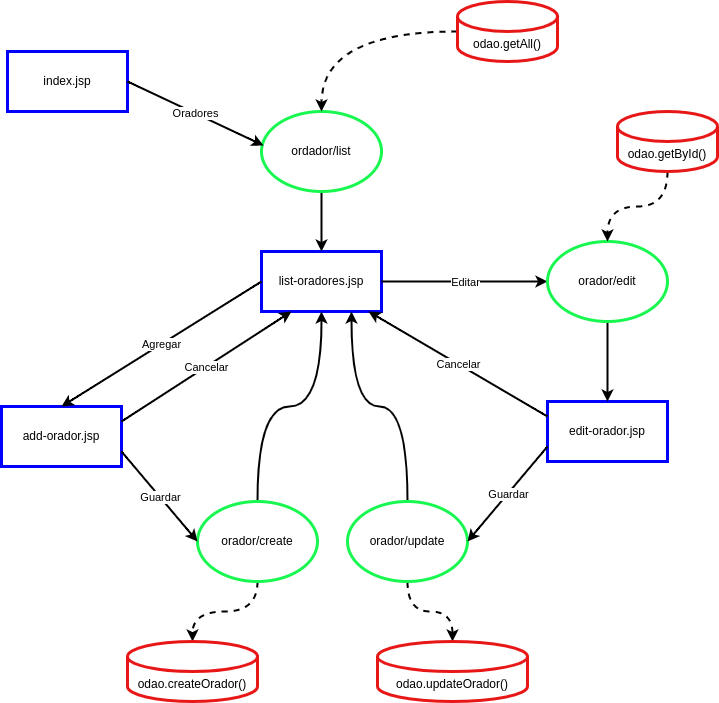
Before: src/main/webapp/img/crud-orador-model.drawio.png, a diagram exported from draw.io (gcasado0/tpfinal). Source tidied: cells renumbered, new cells last; positions are measured from the earlier drawing's top-left corner, leaving out a move shared by most shapes.
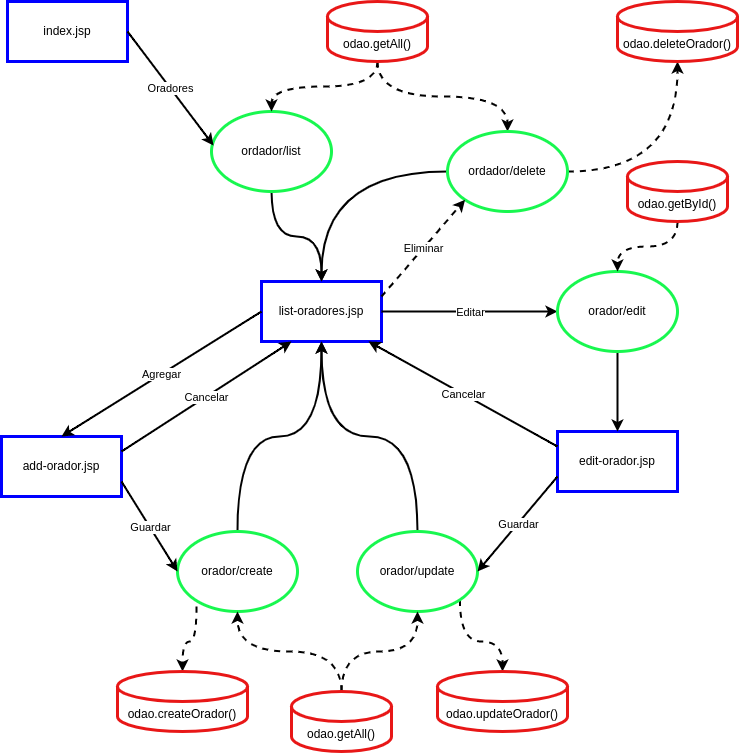
The same diagram one commit later.

The edit, as a diff of the source:
```diff
@@ -3,28 +3,28 @@
     <mxCell id="0" />
     <mxCell id="1" parent="0" />
     <mxCell id="2" value="index.jsp" style="rounded=0;whiteSpace=wrap;html=1;strokeColor=#0000FF;strokeWidth=3;" parent="1" vertex="1">
-      <mxGeometry x="6" y="50" width="120" height="60" as="geometry" />
+      <mxGeometry x="-4" y="-30" width="120" height="60" as="geometry" />
     </mxCell>
     <mxCell id="3" value="list-oradores.jsp" style="rounded=0;whiteSpace=wrap;html=1;strokeColor=#0000FF;strokeWidth=3;" parent="1" vertex="1">
-      <mxGeometry x="260" y="250" width="120" height="60" as="geometry" />
+      <mxGeometry x="250" y="250" width="120" height="60" as="geometry" />
     </mxCell>
     <mxCell id="4" style="edgeStyle=orthogonalEdgeStyle;curved=1;jettySize=auto;html=1;entryX=0.5;entryY=0;entryDx=0;entryDy=0;strokeWidth=2;" parent="1" edge="1" source="5" target="3">
       <mxGeometry relative="1" as="geometry" />
     </mxCell>
     <mxCell id="5" value="ordador/list" style="ellipse;whiteSpace=wrap;html=1;strokeWidth=3;strokeColor=#18f74f;" parent="1" vertex="1">
-      <mxGeometry x="260" y="110" width="120" height="80" as="geometry" />
+      <mxGeometry x="200" y="80" width="120" height="80" as="geometry" />
     </mxCell>
     <mxCell id="6" value="add-orador.jsp" style="rounded=0;whiteSpace=wrap;html=1;strokeColor=#0000FF;strokeWidth=3;" parent="1" vertex="1">
-      <mxGeometry y="405" width="120" height="60" as="geometry" />
+      <mxGeometry x="-10" y="405" width="120" height="60" as="geometry" />
     </mxCell>
     <mxCell id="7" style="edgeStyle=orthogonalEdgeStyle;curved=1;jettySize=auto;html=1;entryX=0.5;entryY=1;entryDx=0;entryDy=0;strokeWidth=2;" parent="1" edge="1" source="9" target="3">
       <mxGeometry relative="1" as="geometry" />
     </mxCell>
-    <mxCell id="8" style="edgeStyle=orthogonalEdgeStyle;curved=1;jettySize=auto;html=1;strokeWidth=2;dashed=1;" parent="1" edge="1" source="9" target="12">
+    <mxCell id="8" style="edgeStyle=orthogonalEdgeStyle;curved=1;jettySize=auto;html=1;strokeWidth=2;dashed=1;exitX=0.158;exitY=0.938;exitDx=0;exitDy=0;exitPerimeter=0;" parent="1" edge="1" source="9" target="12">
       <mxGeometry relative="1" as="geometry" />
     </mxCell>
     <mxCell id="9" value="orador/create" style="ellipse;whiteSpace=wrap;html=1;strokeWidth=3;strokeColor=#18f74f;" parent="1" vertex="1">
-      <mxGeometry x="196" y="500" width="120" height="80" as="geometry" />
+      <mxGeometry x="166" y="500" width="120" height="80" as="geometry" />
     </mxCell>
     <mxCell id="10" style="endArrow=classic;html=1;curved=1;exitX=1;exitY=0.75;exitDx=0;exitDy=0;entryX=0;entryY=0.5;entryDx=0;entryDy=0;strokeWidth=2;" parent="1" edge="1" source="6" target="9">
       <mxGeometry relative="1" as="geometry" />
@@ -33,7 +33,7 @@
       <mxGeometry relative="1" as="geometry" />
     </mxCell>
     <mxCell id="12" value="odao.createOrador()" style="shape=cylinder3;whiteSpace=wrap;html=1;boundedLbl=1;backgroundOutline=1;size=15;strokeWidth=3;strokeColor=#e81717;" parent="1" vertex="1">
-      <mxGeometry x="126" y="640" width="130" height="60" as="geometry" />
+      <mxGeometry x="106" y="640" width="130" height="60" as="geometry" />
     </mxCell>
     <mxCell id="13" style="endArrow=classic;html=1;curved=1;exitX=1;exitY=0.25;exitDx=0;exitDy=0;entryX=0.25;entryY=1;entryDx=0;entryDy=0;strokeWidth=2;" parent="1" edge="1" source="6" target="3">
       <mxGeometry relative="1" as="geometry" />
@@ -72,12 +72,12 @@
       <mxGeometry relative="1" as="geometry" />
     </mxCell>
     <mxCell id="25" value="odao.getById()" style="shape=cylinder3;whiteSpace=wrap;html=1;boundedLbl=1;backgroundOutline=1;size=15;strokeWidth=3;strokeColor=#e81717;" parent="1" vertex="1">
-      <mxGeometry x="616" y="110" width="100" height="60" as="geometry" />
+      <mxGeometry x="616" y="130" width="100" height="60" as="geometry" />
     </mxCell>
-    <mxCell id="26" style="edgeStyle=orthogonalEdgeStyle;curved=1;jettySize=auto;html=1;entryX=0.5;entryY=0;entryDx=0;entryDy=0;entryPerimeter=0;dashed=1;strokeWidth=2;" parent="1" edge="1" source="28" target="31">
+    <mxCell id="26" style="edgeStyle=orthogonalEdgeStyle;curved=1;jettySize=auto;html=1;entryX=0.5;entryY=0;entryDx=0;entryDy=0;entryPerimeter=0;dashed=1;strokeWidth=2;exitX=1;exitY=1;exitDx=0;exitDy=0;" parent="1" edge="1" source="28" target="31">
       <mxGeometry relative="1" as="geometry" />
     </mxCell>
-    <mxCell id="27" style="edgeStyle=orthogonalEdgeStyle;curved=1;jettySize=auto;html=1;entryX=0.75;entryY=1;entryDx=0;entryDy=0;strokeWidth=2;" parent="1" edge="1" source="28" target="3">
+    <mxCell id="27" style="edgeStyle=orthogonalEdgeStyle;curved=1;jettySize=auto;html=1;entryX=0.5;entryY=1;entryDx=0;entryDy=0;strokeWidth=2;" parent="1" edge="1" source="28" target="3">
       <mxGeometry relative="1" as="geometry" />
     </mxCell>
     <mxCell id="28" value="orador/update" style="ellipse;whiteSpace=wrap;html=1;strokeWidth=3;strokeColor=#18f74f;" parent="1" vertex="1">
@@ -90,13 +90,16 @@
       <mxGeometry relative="1" as="geometry" />
     </mxCell>
     <mxCell id="31" value="odao.updateOrador()" style="shape=cylinder3;whiteSpace=wrap;html=1;boundedLbl=1;backgroundOutline=1;size=15;strokeWidth=3;strokeColor=#e81717;" parent="1" vertex="1">
-      <mxGeometry x="376" y="640" width="150" height="60" as="geometry" />
+      <mxGeometry x="426" y="640" width="130" height="60" as="geometry" />
     </mxCell>
     <mxCell id="32" style="edgeStyle=orthogonalEdgeStyle;curved=1;jettySize=auto;html=1;entryX=0.5;entryY=0;entryDx=0;entryDy=0;strokeWidth=2;dashed=1;" parent="1" edge="1" source="33" target="5">
       <mxGeometry relative="1" as="geometry" />
     </mxCell>
+    <mxCell id="36" style="edgeStyle=orthogonalEdgeStyle;curved=1;jettySize=auto;html=1;dashed=1;strokeWidth=2;exitX=0.5;exitY=1;exitDx=0;exitDy=0;exitPerimeter=0;" parent="1" edge="1" source="33" target="42">
+      <mxGeometry relative="1" as="geometry" />
+    </mxCell>
     <mxCell id="33" value="odao.getAll()" style="shape=cylinder3;whiteSpace=wrap;html=1;boundedLbl=1;backgroundOutline=1;size=15;strokeWidth=3;strokeColor=#e81717;" parent="1" vertex="1">
-      <mxGeometry x="456" width="100" height="60" as="geometry" />
+      <mxGeometry x="316" y="-30" width="100" height="60" as="geometry" />
     </mxCell>
     <mxCell id="34" style="endArrow=classic;html=1;curved=1;exitX=1;exitY=0.5;exitDx=0;exitDy=0;entryX=0.017;entryY=0.425;entryDx=0;entryDy=0;entryPerimeter=0;strokeWidth=2;" parent="1" edge="1" source="2" target="5">
       <mxGeometry relative="1" as="geometry" />
@@ -104,5 +107,32 @@
     <mxCell id="35" value="Oradores" style="edgeLabel;html=1;align=center;verticalAlign=middle;strokeColor=#e81717;strokeWidth=3;" parent="34" vertex="1">
       <mxGeometry relative="1" as="geometry" />
     </mxCell>
+    <mxCell id="37" style="edgeStyle=orthogonalEdgeStyle;jettySize=auto;html=1;entryX=0.5;entryY=1;entryDx=0;entryDy=0;curved=1;strokeWidth=2;dashed=1;" parent="1" edge="1" source="39" target="9">
+      <mxGeometry relative="1" as="geometry" />
+    </mxCell>
+    <mxCell id="38" style="edgeStyle=orthogonalEdgeStyle;jettySize=auto;html=1;entryX=0.5;entryY=1;entryDx=0;entryDy=0;curved=1;dashed=1;strokeWidth=2;" parent="1" edge="1" source="39" target="28">
+      <mxGeometry relative="1" as="geometry" />
+    </mxCell>
+    <mxCell id="39" value="odao.getAll()" style="shape=cylinder3;whiteSpace=wrap;html=1;boundedLbl=1;backgroundOutline=1;size=15;strokeWidth=3;strokeColor=#e81717;" parent="1" vertex="1">
+      <mxGeometry x="280" y="660" width="100" height="60" as="geometry" />
+    </mxCell>
+    <mxCell id="40" style="edgeStyle=orthogonalEdgeStyle;curved=1;jettySize=auto;html=1;entryX=0.5;entryY=1;entryDx=0;entryDy=0;entryPerimeter=0;dashed=1;strokeWidth=2;" parent="1" edge="1" source="42" target="45">
+      <mxGeometry relative="1" as="geometry" />
+    </mxCell>
+    <mxCell id="41" style="edgeStyle=orthogonalEdgeStyle;curved=1;jettySize=auto;html=1;entryX=0.5;entryY=0;entryDx=0;entryDy=0;strokeWidth=2;" parent="1" edge="1" source="42" target="3">
+      <mxGeometry relative="1" as="geometry" />
+    </mxCell>
+    <mxCell id="42" value="ordador/delete" style="ellipse;whiteSpace=wrap;html=1;strokeWidth=3;strokeColor=#18f74f;" parent="1" vertex="1">
+      <mxGeometry x="436" y="100" width="120" height="80" as="geometry" />
+    </mxCell>
+    <mxCell id="43" style="endArrow=classic;html=1;dashed=1;strokeWidth=2;curved=1;exitX=1;exitY=0.25;exitDx=0;exitDy=0;entryX=0;entryY=1;entryDx=0;entryDy=0;" parent="1" edge="1" source="3" target="42">
+      <mxGeometry relative="1" as="geometry" />
+    </mxCell>
+    <mxCell id="44" value="Eliminar" style="edgeLabel;html=1;align=center;verticalAlign=middle;" parent="43" vertex="1">
+      <mxGeometry relative="1" as="geometry" />
+    </mxCell>
+    <mxCell id="45" value="odao.deleteOrador()" style="shape=cylinder3;whiteSpace=wrap;html=1;boundedLbl=1;backgroundOutline=1;size=15;strokeWidth=3;strokeColor=#e81717;" parent="1" vertex="1">
+      <mxGeometry x="606" y="-30" width="120" height="60" as="geometry" />
+    </mxCell>
   </root>
 </mxGraphModel>
```
